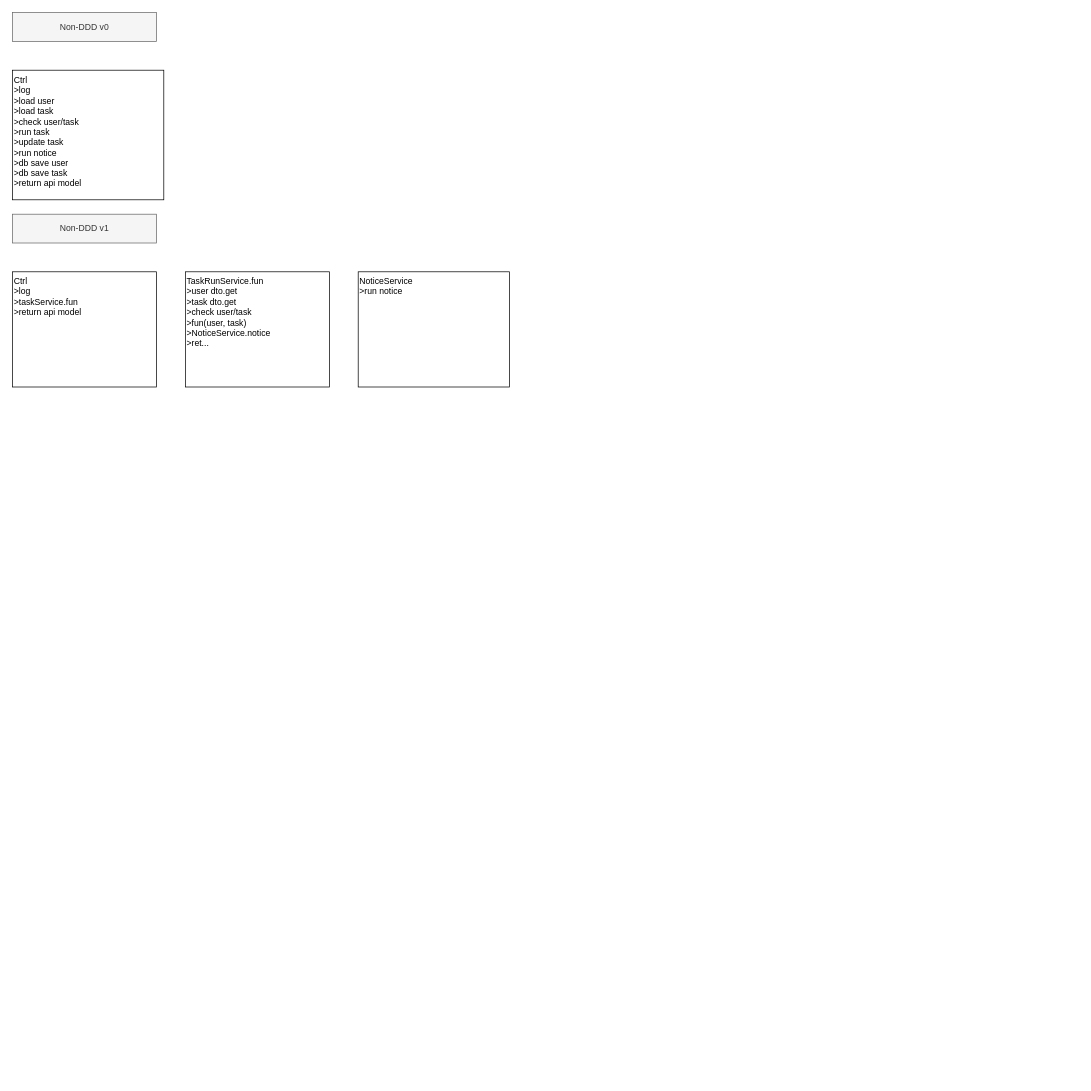
The draw.io diagram Software ENG/Chart/ddd.drawio in TKLatWork/techs, before the edit. Source tidied: cells renumbered, new cells numbered last; positions are measured from the earlier drawing's top-left corner, leaving out a move shared by most shapes. Both pictures are drawn from the tidied source at 72%, with x=0, y=0 at pixel (12, 12).
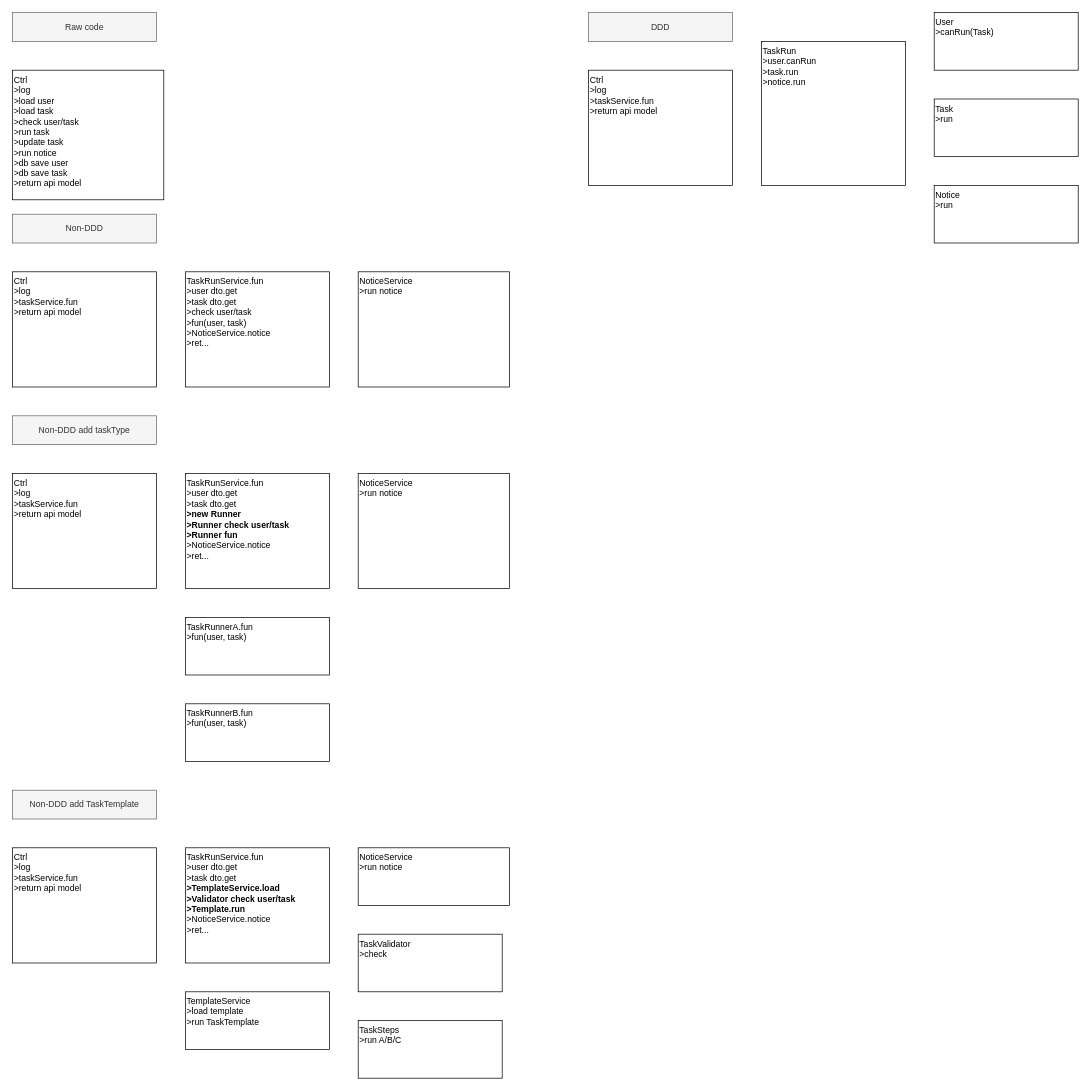
Above is the later version.

The edit, as a diff of the source:
```diff
@@
-    <mxCell id="3" value="Non-DDD v0" style="text;html=1;whiteSpace=wrap;align=center;verticalAlign=middle;rounded=0;fillColor=#f5f5f5;fontColor=#333333;strokeColor=#666666;" parent="1" vertex="1">
+    <mxCell id="3" value="Raw code" style="text;html=1;whiteSpace=wrap;align=center;verticalAlign=middle;rounded=0;fillColor=#f5f5f5;fontColor=#333333;strokeColor=#666666;" parent="1" vertex="1">
       <mxGeometry width="200" height="40" as="geometry" />
     </mxCell>
@@
-    <mxCell id="6" value="Non-DDD v1" style="text;html=1;whiteSpace=wrap;align=center;verticalAlign=middle;rounded=0;fillColor=#f5f5f5;fontColor=#333333;strokeColor=#666666;" parent="1" vertex="1">
+    <mxCell id="6" value="Non-DDD" style="text;html=1;whiteSpace=wrap;align=center;verticalAlign=middle;rounded=0;fillColor=#f5f5f5;fontColor=#333333;strokeColor=#666666;" parent="1" vertex="1">
       <mxGeometry y="280" width="200" height="40" as="geometry" />
     </mxCell>
@@
+    <mxCell id="8" value="Non-DDD add taskType" style="text;html=1;whiteSpace=wrap;align=center;verticalAlign=middle;rounded=0;fillColor=#f5f5f5;fontColor=#333333;strokeColor=#666666;" parent="1" vertex="1">
+      <mxGeometry y="560" width="200" height="40" as="geometry" />
+    </mxCell>
+    <mxCell id="9" value="Ctrl&lt;div&gt;&amp;gt;log&lt;/div&gt;&lt;div&gt;&amp;gt;taskService.fun&lt;/div&gt;&lt;div&gt;&amp;gt;return api model&lt;/div&gt;" style="rounded=0;whiteSpace=wrap;html=1;align=left;verticalAlign=top;" parent="1" vertex="1">
+      <mxGeometry y="640" width="200" height="160" as="geometry" />
+    </mxCell>
+    <mxCell id="10" value="TaskRunService.fun&lt;div&gt;&amp;gt;user dto.get&lt;/div&gt;&lt;div&gt;&amp;gt;task dto.get&lt;/div&gt;&lt;div&gt;&lt;b&gt;&amp;gt;new Runner&lt;/b&gt;&lt;/div&gt;&lt;div&gt;&lt;b&gt;&amp;gt;Runner check user/task&lt;/b&gt;&lt;/div&gt;&lt;div&gt;&lt;div&gt;&lt;b&gt;&amp;gt;Runner fun&lt;/b&gt;&lt;/div&gt;&lt;/div&gt;&lt;div&gt;&amp;gt;NoticeService.notice&lt;/div&gt;&lt;div&gt;&amp;gt;ret...&lt;/div&gt;" style="rounded=0;whiteSpace=wrap;html=1;align=left;verticalAlign=top;" parent="1" vertex="1">
+      <mxGeometry x="240" y="640" width="200" height="160" as="geometry" />
+    </mxCell>
+    <mxCell id="11" value="NoticeService&lt;div&gt;&amp;gt;run notice&lt;/div&gt;" style="rounded=0;whiteSpace=wrap;html=1;align=left;verticalAlign=top;" parent="1" vertex="1">
+      <mxGeometry x="480" y="640" width="210" height="160" as="geometry" />
+    </mxCell>
+    <mxCell id="12" value="TaskRunnerA.fun&lt;div&gt;&amp;gt;&lt;span style=&quot;background-color: transparent; color: light-dark(rgb(0, 0, 0), rgb(255, 255, 255));&quot;&gt;fun(user, task)&lt;/span&gt;&lt;br&gt;&lt;/div&gt;" style="rounded=0;whiteSpace=wrap;html=1;align=left;verticalAlign=top;" parent="1" vertex="1">
+      <mxGeometry x="240" y="840" width="200" height="80" as="geometry" />
+    </mxCell>
+    <mxCell id="13" value="TaskRunnerB.fun&lt;div&gt;&amp;gt;&lt;span style=&quot;background-color: transparent; color: light-dark(rgb(0, 0, 0), rgb(255, 255, 255));&quot;&gt;fun(user, task)&lt;/span&gt;&lt;br&gt;&lt;/div&gt;" style="rounded=0;whiteSpace=wrap;html=1;align=left;verticalAlign=top;" parent="1" vertex="1">
+      <mxGeometry x="240" y="960" width="200" height="80" as="geometry" />
+    </mxCell>
+    <mxCell id="14" value="Non-DDD add TaskTemplate" style="text;html=1;whiteSpace=wrap;align=center;verticalAlign=middle;rounded=0;fillColor=#f5f5f5;fontColor=#333333;strokeColor=#666666;" parent="1" vertex="1">
+      <mxGeometry y="1080" width="200" height="40" as="geometry" />
+    </mxCell>
+    <mxCell id="15" value="Ctrl&lt;div&gt;&amp;gt;log&lt;/div&gt;&lt;div&gt;&amp;gt;taskService.fun&lt;/div&gt;&lt;div&gt;&amp;gt;return api model&lt;/div&gt;" style="rounded=0;whiteSpace=wrap;html=1;align=left;verticalAlign=top;" parent="1" vertex="1">
+      <mxGeometry y="1160" width="200" height="160" as="geometry" />
+    </mxCell>
+    <mxCell id="16" value="TaskRunService.fun&lt;div&gt;&amp;gt;user dto.get&lt;/div&gt;&lt;div&gt;&amp;gt;task dto.get&lt;/div&gt;&lt;div&gt;&lt;b&gt;&amp;gt;&lt;span style=&quot;background-color: transparent; color: light-dark(rgb(0, 0, 0), rgb(255, 255, 255));&quot;&gt;TemplateService.load&lt;/span&gt;&lt;/b&gt;&lt;/div&gt;&lt;div&gt;&lt;b&gt;&amp;gt;Validator check user/task&lt;/b&gt;&lt;/div&gt;&lt;div&gt;&lt;div&gt;&lt;b&gt;&amp;gt;Template.run&lt;/b&gt;&lt;/div&gt;&lt;/div&gt;&lt;div&gt;&amp;gt;NoticeService.notice&lt;/div&gt;&lt;div&gt;&amp;gt;ret...&lt;/div&gt;" style="rounded=0;whiteSpace=wrap;html=1;align=left;verticalAlign=top;" parent="1" vertex="1">
+      <mxGeometry x="240" y="1160" width="200" height="160" as="geometry" />
+    </mxCell>
+    <mxCell id="17" value="NoticeService&lt;div&gt;&amp;gt;run notice&lt;/div&gt;" style="rounded=0;whiteSpace=wrap;html=1;align=left;verticalAlign=top;" parent="1" vertex="1">
+      <mxGeometry x="480" y="1160" width="210" height="80" as="geometry" />
+    </mxCell>
+    <mxCell id="18" value="&lt;div&gt;TaskSteps&lt;/div&gt;&lt;div&gt;&amp;gt;run A/B/C&lt;/div&gt;" style="rounded=0;whiteSpace=wrap;html=1;align=left;verticalAlign=top;" parent="1" vertex="1">
+      <mxGeometry x="480" y="1400" width="200" height="80" as="geometry" />
+    </mxCell>
+    <mxCell id="19" value="TemplateService&lt;div&gt;&amp;gt;load template&lt;br&gt;&lt;div&gt;&amp;gt;run TaskTemplate&lt;/div&gt;&lt;/div&gt;" style="rounded=0;whiteSpace=wrap;html=1;align=left;verticalAlign=top;" parent="1" vertex="1">
+      <mxGeometry x="240" y="1360" width="200" height="80" as="geometry" />
+    </mxCell>
+    <mxCell id="20" value="&lt;div&gt;TaskValidator&lt;/div&gt;&lt;div&gt;&amp;gt;check&lt;/div&gt;" style="rounded=0;whiteSpace=wrap;html=1;align=left;verticalAlign=top;" parent="1" vertex="1">
+      <mxGeometry x="480" y="1280" width="200" height="80" as="geometry" />
+    </mxCell>
+    <mxCell id="21" value="Ctrl&lt;div&gt;&amp;gt;log&lt;/div&gt;&lt;div&gt;&amp;gt;taskService.fun&lt;/div&gt;&lt;div&gt;&amp;gt;return api model&lt;/div&gt;" style="rounded=0;whiteSpace=wrap;html=1;align=left;verticalAlign=top;" parent="1" vertex="1">
+      <mxGeometry x="800" y="80" width="200" height="160" as="geometry" />
+    </mxCell>
+    <mxCell id="22" value="User&lt;div&gt;&amp;gt;canRun(Task)&lt;/div&gt;" style="rounded=0;whiteSpace=wrap;html=1;align=left;verticalAlign=top;" parent="1" vertex="1">
+      <mxGeometry x="1280" width="200" height="80" as="geometry" />
+    </mxCell>
+    <mxCell id="23" value="DDD" style="text;html=1;whiteSpace=wrap;align=center;verticalAlign=middle;rounded=0;fillColor=#f5f5f5;fontColor=#333333;strokeColor=#666666;" parent="1" vertex="1">
+      <mxGeometry x="800" width="200" height="40" as="geometry" />
+    </mxCell>
+    <mxCell id="24" value="Task&lt;div&gt;&amp;gt;run&lt;/div&gt;" style="rounded=0;whiteSpace=wrap;html=1;align=left;verticalAlign=top;" parent="1" vertex="1">
+      <mxGeometry x="1280" y="120" width="200" height="80" as="geometry" />
+    </mxCell>
+    <mxCell id="25" value="Notice&lt;div&gt;&amp;gt;run&lt;/div&gt;" style="rounded=0;whiteSpace=wrap;html=1;align=left;verticalAlign=top;" parent="1" vertex="1">
+      <mxGeometry x="1280" y="240" width="200" height="80" as="geometry" />
+    </mxCell>
+    <mxCell id="26" value="TaskRun&lt;div&gt;&amp;gt;user.canRun&lt;/div&gt;&lt;div&gt;&amp;gt;task.run&lt;/div&gt;&lt;div&gt;&amp;gt;notice.run&lt;/div&gt;" style="rounded=0;whiteSpace=wrap;html=1;align=left;verticalAlign=top;" parent="1" vertex="1">
+      <mxGeometry x="1040" y="40" width="200" height="200" as="geometry" />
+    </mxCell>
```
